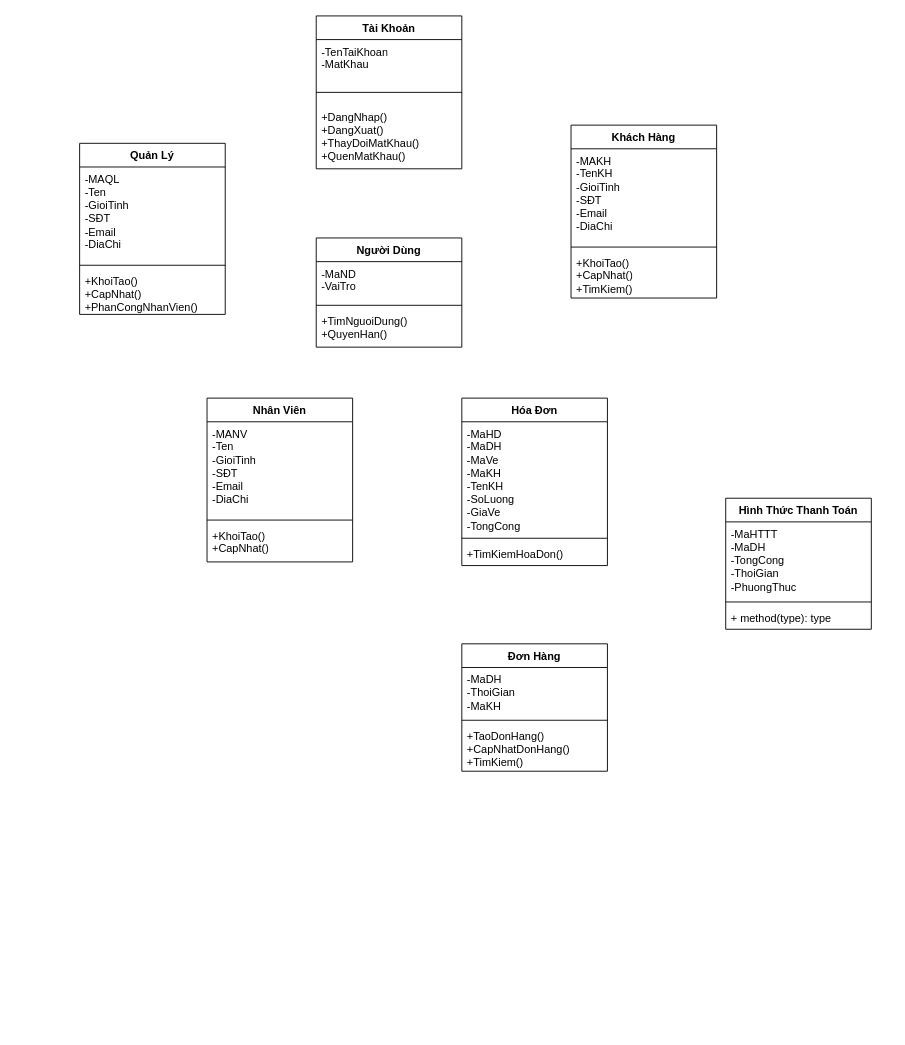
Before: Class Diagram Demo.drawio in MinhToanGitHub/MinhToanGitHub, a draw.io diagram. Source tidied: cells renumbered, new cells numbered last; positions are measured from the earlier drawing's top-left corner, leaving out a move shared by most shapes. Both pictures are drawn from the tidied source at 91%, with x=0, y=0 at pixel (79, 15).
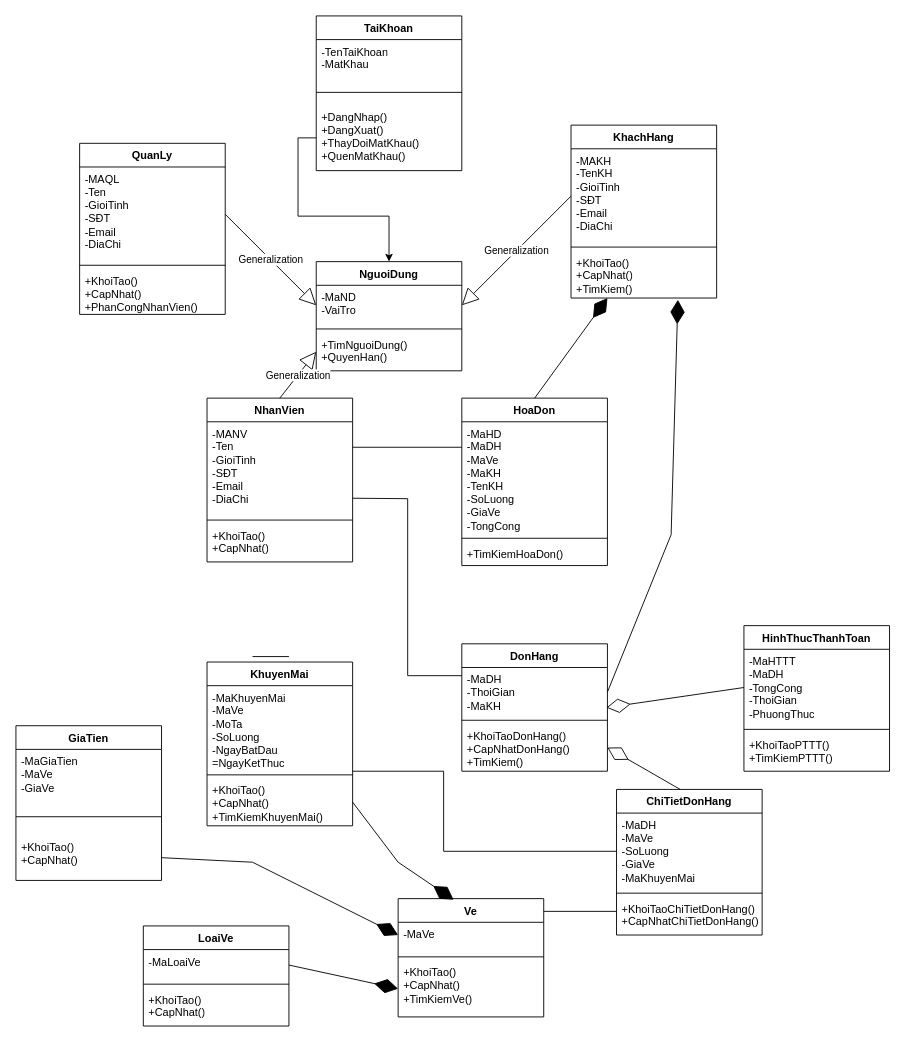
Above is the later version.

The change refers to these unchanged cells:
```xml
<mxCell id="3" value="-MAQL&lt;br&gt;-Ten&lt;br&gt;-GioiTinh&lt;br&gt;-SĐT&lt;br&gt;-Email&lt;br&gt;-DiaChi" style="text;strokeColor=none;fillColor=none;align=left;verticalAlign=top;spacingLeft=4;spacingRight=4;overflow=hidden;points=[[0,0.5],[1,0.5]];portConstraint=eastwest;whiteSpace=wrap;html=1;" parent="2" vertex="1">
  <mxGeometry y="26" width="160" height="104" as="geometry" />
</mxCell>
<mxCell id="11" value="-MaND&lt;br&gt;-VaiTro" style="text;strokeColor=none;fillColor=none;align=left;verticalAlign=top;spacingLeft=4;spacingRight=4;overflow=hidden;points=[[0,0.5],[1,0.5]];portConstraint=eastwest;whiteSpace=wrap;html=1;" parent="10" vertex="1">
  <mxGeometry y="26" width="160" height="44" as="geometry" />
</mxCell>
<mxCell id="13" value="+TimNguoiDung()&lt;br&gt;+QuyenHan()" style="text;strokeColor=none;fillColor=none;align=left;verticalAlign=top;spacingLeft=4;spacingRight=4;overflow=hidden;points=[[0,0.5],[1,0.5]];portConstraint=eastwest;whiteSpace=wrap;html=1;" parent="10" vertex="1">
  <mxGeometry y="78" width="160" height="42" as="geometry" />
</mxCell>
<mxCell id="15" value="-MAKH&lt;br&gt;-TenKH&lt;br&gt;-GioiTinh&lt;br&gt;-SĐT&lt;br&gt;-Email&lt;br&gt;-DiaChi" style="text;strokeColor=none;fillColor=none;align=left;verticalAlign=top;spacingLeft=4;spacingRight=4;overflow=hidden;points=[[0,0.5],[1,0.5]];portConstraint=eastwest;whiteSpace=wrap;html=1;" parent="14" vertex="1">
  <mxGeometry y="26" width="160" height="104" as="geometry" />
</mxCell>
<mxCell id="17" value="+KhoiTao()&lt;br&gt;+CapNhat()&lt;br&gt;+TimKiem()" style="text;strokeColor=none;fillColor=none;align=left;verticalAlign=top;spacingLeft=4;spacingRight=4;overflow=hidden;points=[[0,0.5],[1,0.5]];portConstraint=eastwest;whiteSpace=wrap;html=1;" parent="14" vertex="1">
  <mxGeometry y="138" width="160" height="52" as="geometry" />
</mxCell>
<mxCell id="27" value="-MaDH&lt;br&gt;-ThoiGian&lt;br&gt;-MaKH" style="text;strokeColor=none;fillColor=none;align=left;verticalAlign=top;spacingLeft=4;spacingRight=4;overflow=hidden;points=[[0,0.5],[1,0.5]];portConstraint=eastwest;whiteSpace=wrap;html=1;" parent="26" vertex="1">
  <mxGeometry y="26" width="160" height="54" as="geometry" />
</mxCell>
<mxCell id="31" value="-MaHTTT&lt;br&gt;-MaDH&lt;br&gt;-TongCong&lt;br&gt;-ThoiGian&lt;br&gt;-PhuongThuc" style="text;strokeColor=none;fillColor=none;align=left;verticalAlign=top;spacingLeft=4;spacingRight=4;overflow=hidden;points=[[0,0.5],[1,0.5]];portConstraint=eastwest;whiteSpace=wrap;html=1;" parent="30" vertex="1">
  <mxGeometry y="26" width="160" height="84" as="geometry" />
</mxCell>
```

Change to the diagram source:
```diff
@@
-    <mxCell id="2" value="Quản Lý" style="swimlane;fontStyle=1;align=center;verticalAlign=top;horizontal=1;startSize=26;whiteSpace=wrap;html=1;" parent="1" vertex="1">
+    <mxCell id="2" value="QuanLy" style="swimlane;fontStyle=1;align=center;verticalAlign=top;horizontal=1;startSize=26;whiteSpace=wrap;html=1;" parent="1" vertex="1">
       <mxGeometry y="140" width="160" height="188" as="geometry" />
     </mxCell>
@@
-    <mxCell id="6" value="Tài Khoản" style="swimlane;fontStyle=1;align=center;verticalAlign=top;horizontal=1;startSize=26;whiteSpace=wrap;html=1;" parent="1" vertex="1">
-      <mxGeometry x="260" width="160" height="168" as="geometry" />
+    <mxCell id="6" value="TaiKhoan" style="swimlane;fontStyle=1;align=center;verticalAlign=top;horizontal=1;startSize=26;whiteSpace=wrap;html=1;" parent="1" vertex="1">
+      <mxGeometry x="260" width="160" height="170" as="geometry" />
     </mxCell>
@@
     <mxCell id="9" value="+DangNhap()&lt;br&gt;+DangXuat()&lt;br&gt;+ThayDoiMatKhau()&lt;br&gt;+QuenMatKhau()" style="text;strokeColor=none;fillColor=none;align=left;verticalAlign=top;spacingLeft=4;spacingRight=4;overflow=hidden;points=[[0,0.5],[1,0.5]];portConstraint=eastwest;whiteSpace=wrap;html=1;" parent="6" vertex="1">
-      <mxGeometry y="98" width="160" height="70" as="geometry" />
+      <mxGeometry y="98" width="160" height="72" as="geometry" />
     </mxCell>
-    <mxCell id="10" value="Người Dùng" style="swimlane;fontStyle=1;align=center;verticalAlign=top;horizontal=1;startSize=26;whiteSpace=wrap;html=1;" parent="1" vertex="1">
-      <mxGeometry x="260" y="244" width="160" height="120" as="geometry" />
+    <mxCell id="10" value="NguoiDung" style="swimlane;fontStyle=1;align=center;verticalAlign=top;horizontal=1;startSize=26;whiteSpace=wrap;html=1;" parent="1" vertex="1">
+      <mxGeometry x="260" y="270" width="160" height="120" as="geometry" />
     </mxCell>
@@
-    <mxCell id="14" value="Khách Hàng" style="swimlane;fontStyle=1;align=center;verticalAlign=top;horizontal=1;startSize=26;whiteSpace=wrap;html=1;" parent="1" vertex="1">
+    <mxCell id="14" value="KhachHang" style="swimlane;fontStyle=1;align=center;verticalAlign=top;horizontal=1;startSize=26;whiteSpace=wrap;html=1;" parent="1" vertex="1">
       <mxGeometry x="540" y="120" width="160" height="190" as="geometry" />
     </mxCell>
@@
-    <mxCell id="18" value="Nhân Viên" style="swimlane;fontStyle=1;align=center;verticalAlign=top;horizontal=1;startSize=26;whiteSpace=wrap;html=1;" parent="1" vertex="1">
+    <mxCell id="18" value="NhanVien" style="swimlane;fontStyle=1;align=center;verticalAlign=top;horizontal=1;startSize=26;whiteSpace=wrap;html=1;" parent="1" vertex="1">
       <mxGeometry x="140" y="420" width="160" height="180" as="geometry" />
     </mxCell>
@@
-    <mxCell id="22" value="Hóa Đơn" style="swimlane;fontStyle=1;align=center;verticalAlign=top;horizontal=1;startSize=26;whiteSpace=wrap;html=1;" parent="1" vertex="1">
+    <mxCell id="22" value="HoaDon" style="swimlane;fontStyle=1;align=center;verticalAlign=top;horizontal=1;startSize=26;whiteSpace=wrap;html=1;" parent="1" vertex="1">
       <mxGeometry x="420" y="420" width="160" height="184" as="geometry" />
     </mxCell>
@@
-    <mxCell id="26" value="Đơn Hàng" style="swimlane;fontStyle=1;align=center;verticalAlign=top;horizontal=1;startSize=26;whiteSpace=wrap;html=1;" parent="1" vertex="1">
+    <mxCell id="26" value="DonHang" style="swimlane;fontStyle=1;align=center;verticalAlign=top;horizontal=1;startSize=26;whiteSpace=wrap;html=1;" parent="1" vertex="1">
       <mxGeometry x="420" y="690" width="160" height="140" as="geometry" />
     </mxCell>
@@
-    <mxCell id="29" value="+TaoDonHang()&lt;br&gt;+CapNhatDonHang()&lt;br&gt;+TimKiem()" style="text;strokeColor=none;fillColor=none;align=left;verticalAlign=top;spacingLeft=4;spacingRight=4;overflow=hidden;points=[[0,0.5],[1,0.5]];portConstraint=eastwest;whiteSpace=wrap;html=1;" parent="26" vertex="1">
+    <mxCell id="29" value="+KhoiTaoDonHang()&lt;br&gt;+CapNhatDonHang()&lt;br&gt;+TimKiem()" style="text;strokeColor=none;fillColor=none;align=left;verticalAlign=top;spacingLeft=4;spacingRight=4;overflow=hidden;points=[[0,0.5],[1,0.5]];portConstraint=eastwest;whiteSpace=wrap;html=1;" parent="26" vertex="1">
       <mxGeometry y="88" width="160" height="52" as="geometry" />
     </mxCell>
-    <mxCell id="30" value="Hình Thức Thanh Toán" style="swimlane;fontStyle=1;align=center;verticalAlign=top;horizontal=1;startSize=26;whiteSpace=wrap;html=1;" parent="1" vertex="1">
-      <mxGeometry x="710" y="530" width="160" height="144" as="geometry" />
+    <mxCell id="30" value="HinhThucThanhToan" style="swimlane;fontStyle=1;align=center;verticalAlign=top;horizontal=1;startSize=26;whiteSpace=wrap;html=1;" parent="1" vertex="1">
+      <mxGeometry x="730" y="670" width="160" height="160" as="geometry" />
     </mxCell>
@@
-    <mxCell id="33" value="+ method(type): type" style="text;strokeColor=none;fillColor=none;align=left;verticalAlign=top;spacingLeft=4;spacingRight=4;overflow=hidden;whiteSpace=wrap;html=1;" parent="30" vertex="1">
-      <mxGeometry y="118" width="160" height="26" as="geometry" />
+    <mxCell id="33" value="+KhoiTaoPTTT()&lt;br&gt;+TimKiemPTTT()" style="text;strokeColor=none;fillColor=none;align=left;verticalAlign=top;spacingLeft=4;spacingRight=4;overflow=hidden;whiteSpace=wrap;html=1;" parent="30" vertex="1">
+      <mxGeometry y="118" width="160" height="42" as="geometry" />
     </mxCell>
+    <mxCell id="34" value="ChiTietDonHang" style="swimlane;fontStyle=1;align=center;verticalAlign=top;horizontal=1;startSize=26;whiteSpace=wrap;html=1;" parent="1" vertex="1">
+      <mxGeometry x="590" y="850" width="160" height="160" as="geometry" />
+    </mxCell>
+    <mxCell id="35" value="-MaDH&lt;br&gt;-MaVe&lt;br&gt;-SoLuong&lt;br&gt;-GiaVe&lt;br&gt;-MaKhuyenMai" style="text;strokeColor=none;fillColor=none;align=left;verticalAlign=top;spacingLeft=4;spacingRight=4;overflow=hidden;points=[[0,0.5],[1,0.5]];portConstraint=eastwest;whiteSpace=wrap;html=1;" parent="34" vertex="1">
+      <mxGeometry y="26" width="160" height="84" as="geometry" />
+    </mxCell>
+    <mxCell id="36" style="line;strokeWidth=1;fillColor=none;align=left;verticalAlign=middle;spacingTop=-1;spacingLeft=3;spacingRight=3;labelPosition=right;strokeColor=inherit;" parent="34" vertex="1">
+      <mxGeometry y="110" width="160" height="8" as="geometry" />
+    </mxCell>
+    <mxCell id="37" value="+KhoiTaoChiTietDonHang()&lt;br&gt;+CapNhatChiTietDonHang()" style="text;strokeColor=none;fillColor=none;align=left;verticalAlign=top;spacingLeft=4;spacingRight=4;overflow=hidden;whiteSpace=wrap;html=1;" parent="34" vertex="1">
+      <mxGeometry y="118" width="160" height="42" as="geometry" />
+    </mxCell>
+    <mxCell id="38" value="KhuyenMai" style="swimlane;fontStyle=1;align=center;verticalAlign=top;horizontal=1;startSize=26;whiteSpace=wrap;html=1;" parent="1" vertex="1">
+      <mxGeometry x="140" y="710" width="160" height="180" as="geometry" />
+    </mxCell>
+    <mxCell id="39" value="-MaKhuyenMai&lt;br&gt;-MaVe&lt;br&gt;-MoTa&lt;br&gt;-SoLuong&lt;br&gt;-NgayBatDau&lt;br&gt;=NgayKetThuc" style="text;strokeColor=none;fillColor=none;align=left;verticalAlign=top;spacingLeft=4;spacingRight=4;overflow=hidden;points=[[0,0.5],[1,0.5]];portConstraint=eastwest;whiteSpace=wrap;html=1;" parent="38" vertex="1">
+      <mxGeometry y="26" width="160" height="94" as="geometry" />
+    </mxCell>
+    <mxCell id="40" style="line;strokeWidth=1;fillColor=none;align=left;verticalAlign=middle;spacingTop=-1;spacingLeft=3;spacingRight=3;labelPosition=right;strokeColor=inherit;" parent="38" vertex="1">
+      <mxGeometry y="120" width="160" height="8" as="geometry" />
+    </mxCell>
+    <mxCell id="41" value="+KhoiTao()&lt;br&gt;+CapNhat()&lt;br&gt;+TimKiemKhuyenMai()" style="text;strokeColor=none;fillColor=none;align=left;verticalAlign=top;spacingLeft=4;spacingRight=4;overflow=hidden;points=[[0,0.5],[1,0.5]];portConstraint=eastwest;whiteSpace=wrap;html=1;" parent="38" vertex="1">
+      <mxGeometry y="128" width="160" height="52" as="geometry" />
+    </mxCell>
+    <mxCell id="42" value="Ve" style="swimlane;fontStyle=1;align=center;verticalAlign=top;horizontal=1;startSize=26;whiteSpace=wrap;html=1;" parent="1" vertex="1">
+      <mxGeometry x="350" y="970" width="160" height="130" as="geometry" />
+    </mxCell>
+    <mxCell id="43" value="-MaVe" style="text;strokeColor=none;fillColor=none;align=left;verticalAlign=top;spacingLeft=4;spacingRight=4;overflow=hidden;whiteSpace=wrap;html=1;" parent="42" vertex="1">
+      <mxGeometry y="26" width="160" height="34" as="geometry" />
+    </mxCell>
+    <mxCell id="44" style="line;strokeWidth=1;fillColor=none;align=left;verticalAlign=middle;spacingTop=-1;spacingLeft=3;spacingRight=3;labelPosition=right;strokeColor=inherit;" parent="42" vertex="1">
+      <mxGeometry y="60" width="160" height="8" as="geometry" />
+    </mxCell>
+    <mxCell id="45" value="+KhoiTao()&lt;br&gt;+CapNhat()&lt;br&gt;+TimKiemVe()" style="text;strokeColor=none;fillColor=none;align=left;verticalAlign=top;spacingLeft=4;spacingRight=4;overflow=hidden;points=[[0,0.5],[1,0.5]];portConstraint=eastwest;whiteSpace=wrap;html=1;" parent="42" vertex="1">
+      <mxGeometry y="68" width="160" height="62" as="geometry" />
+    </mxCell>
+    <mxCell id="46" value="LoaiVe" style="swimlane;fontStyle=1;align=center;verticalAlign=top;horizontal=1;startSize=26;whiteSpace=wrap;html=1;" parent="1" vertex="1">
+      <mxGeometry x="70" y="1000" width="160" height="110" as="geometry" />
+    </mxCell>
+    <mxCell id="47" value="-MaLoaiVe" style="text;strokeColor=none;fillColor=none;align=left;verticalAlign=top;spacingLeft=4;spacingRight=4;overflow=hidden;points=[[0,0.5],[1,0.5]];portConstraint=eastwest;whiteSpace=wrap;html=1;" parent="46" vertex="1">
+      <mxGeometry y="26" width="160" height="34" as="geometry" />
+    </mxCell>
+    <mxCell id="48" style="line;strokeWidth=1;fillColor=none;align=left;verticalAlign=middle;spacingTop=-1;spacingLeft=3;spacingRight=3;labelPosition=right;strokeColor=inherit;" parent="46" vertex="1">
+      <mxGeometry y="60" width="160" height="8" as="geometry" />
+    </mxCell>
+    <mxCell id="49" value="+KhoiTao()&lt;br&gt;+CapNhat()" style="text;strokeColor=none;fillColor=none;align=left;verticalAlign=top;spacingLeft=4;spacingRight=4;overflow=hidden;whiteSpace=wrap;html=1;" parent="46" vertex="1">
+      <mxGeometry y="68" width="160" height="42" as="geometry" />
+    </mxCell>
+    <mxCell id="50" value="GiaTien" style="swimlane;fontStyle=1;align=center;verticalAlign=top;horizontal=1;startSize=26;whiteSpace=wrap;html=1;" parent="1" vertex="1">
+      <mxGeometry x="-70" y="780" width="160" height="170" as="geometry" />
+    </mxCell>
+    <mxCell id="51" value="-MaGiaTien&lt;br&gt;-MaVe&lt;br&gt;-GiaVe" style="text;strokeColor=none;fillColor=none;align=left;verticalAlign=top;spacingLeft=4;spacingRight=4;overflow=hidden;whiteSpace=wrap;html=1;" parent="50" vertex="1">
+      <mxGeometry y="26" width="160" height="54" as="geometry" />
+    </mxCell>
+    <mxCell id="52" style="line;strokeWidth=1;fillColor=none;align=left;verticalAlign=middle;spacingTop=-1;spacingLeft=3;spacingRight=3;labelPosition=right;strokeColor=inherit;" parent="50" vertex="1">
+      <mxGeometry y="80" width="160" height="40" as="geometry" />
+    </mxCell>
+    <mxCell id="53" value="+KhoiTao()&lt;br&gt;+CapNhat()" style="text;strokeColor=none;fillColor=none;align=left;verticalAlign=top;spacingLeft=4;spacingRight=4;overflow=hidden;points=[[0,0.5],[1,0.5]];portConstraint=eastwest;whiteSpace=wrap;html=1;" parent="50" vertex="1">
+      <mxGeometry y="120" width="160" height="50" as="geometry" />
+    </mxCell>
+    <mxCell id="54" style="line;strokeWidth=1;fillColor=none;align=left;verticalAlign=middle;spacingTop=-1;spacingLeft=3;spacingRight=3;labelPosition=right;strokeColor=inherit;" parent="1" vertex="1">
+      <mxGeometry x="190" y="700" width="40" height="8" as="geometry" />
+    </mxCell>
+    <mxCell id="55" value="Generalization" style="endArrow=block;endSize=16;endFill=0;html=1;rounded=0;exitX=1;exitY=0.5;exitDx=0;exitDy=0;entryX=0;entryY=0.5;entryDx=0;entryDy=0;" parent="1" edge="1" source="3" target="11">
+      <mxGeometry relative="1" as="geometry" />
+    </mxCell>
+    <mxCell id="56" value="Generalization" style="endArrow=block;endSize=16;endFill=0;html=1;rounded=0;exitX=0;exitY=0.5;exitDx=0;exitDy=0;entryX=1;entryY=0.5;entryDx=0;entryDy=0;" parent="1" edge="1" source="15" target="11">
+      <mxGeometry relative="1" as="geometry" />
+    </mxCell>
+    <mxCell id="57" value="Generalization" style="endArrow=block;endSize=16;endFill=0;html=1;rounded=0;exitX=0.5;exitY=0;exitDx=0;exitDy=0;entryX=0;entryY=0.5;entryDx=0;entryDy=0;" parent="1" edge="1" source="18" target="13">
+      <mxGeometry relative="1" as="geometry" />
+    </mxCell>
+    <mxCell id="58" style="endArrow=diamondThin;endFill=1;endSize=24;html=1;rounded=0;exitX=0.5;exitY=0;exitDx=0;exitDy=0;entryX=0.194;entryY=1.131;entryDx=0;entryDy=0;entryPerimeter=0;strokeWidth=1;targetPerimeterSpacing=0;jumpSize=6;" parent="1" edge="1" source="22">
+      <mxGeometry relative="1" as="geometry">
+        <mxPoint x="580" y="310" as="targetPoint" />
+      </mxGeometry>
+    </mxCell>
+    <mxCell id="59" style="endArrow=diamondThin;endFill=1;endSize=24;html=1;rounded=0;exitX=1;exitY=0.5;exitDx=0;exitDy=0;entryX=0.734;entryY=1.038;entryDx=0;entryDy=0;entryPerimeter=0;strokeWidth=1;targetPerimeterSpacing=0;jumpSize=6;" parent="1" edge="1" source="27" target="17">
+      <mxGeometry relative="1" as="geometry">
+        <Array as="points">
+          <mxPoint x="650" y="570" />
+        </Array>
+      </mxGeometry>
+    </mxCell>
+    <mxCell id="60" style="endArrow=diamondThin;endFill=0;endSize=24;html=1;rounded=0;exitX=0;exitY=0.5;exitDx=0;exitDy=0;entryX=0.993;entryY=0.816;entryDx=0;entryDy=0;entryPerimeter=0;" parent="1" edge="1" source="31" target="27">
+      <mxGeometry relative="1" as="geometry" />
+    </mxCell>
+    <mxCell id="61" style="endArrow=diamondThin;endFill=0;endSize=24;html=1;rounded=0;entryX=1;entryY=0.5;entryDx=0;entryDy=0;" parent="1" edge="1" target="29">
+      <mxGeometry relative="1" as="geometry">
+        <mxPoint x="660" y="850" as="sourcePoint" />
+      </mxGeometry>
+    </mxCell>
+    <mxCell id="62" style="line;strokeWidth=1;fillColor=none;align=left;verticalAlign=middle;spacingTop=-1;spacingLeft=3;spacingRight=3;labelPosition=right;strokeColor=inherit;" parent="1" vertex="1">
+      <mxGeometry x="510" y="980" width="80" height="8" as="geometry" />
+    </mxCell>
+    <mxCell id="63" style="endArrow=diamondThin;endFill=1;endSize=24;html=1;rounded=0;exitX=1;exitY=0.5;exitDx=0;exitDy=0;entryX=0;entryY=0.5;entryDx=0;entryDy=0;" parent="1" edge="1" source="47" target="45">
+      <mxGeometry relative="1" as="geometry" />
+    </mxCell>
+    <mxCell id="64" style="endArrow=diamondThin;endFill=1;endSize=24;html=1;rounded=0;exitX=1;exitY=0.5;exitDx=0;exitDy=0;entryX=0.381;entryY=0.009;entryDx=0;entryDy=0;entryPerimeter=0;" parent="1" edge="1" source="41" target="42">
+      <mxGeometry relative="1" as="geometry">
+        <Array as="points">
+          <mxPoint x="350" y="930" />
+        </Array>
+      </mxGeometry>
+    </mxCell>
+    <mxCell id="65" style="endArrow=diamondThin;endFill=1;endSize=24;html=1;rounded=0;exitX=1;exitY=0.5;exitDx=0;exitDy=0;entryX=0.01;entryY=0.049;entryDx=0;entryDy=0;entryPerimeter=0;" parent="1" edge="1" source="53">
+      <mxGeometry relative="1" as="geometry">
+        <mxPoint x="350" y="1010" as="targetPoint" />
+        <Array as="points">
+          <mxPoint x="190" y="930" />
+        </Array>
+      </mxGeometry>
+    </mxCell>
+    <mxCell id="66" style="endArrow=none;html=1;edgeStyle=orthogonalEdgeStyle;rounded=0;entryX=0;entryY=0.25;entryDx=0;entryDy=0;" parent="1" edge="1" target="26">
+      <mxGeometry relative="1" as="geometry">
+        <mxPoint x="300" y="530" as="sourcePoint" />
+      </mxGeometry>
+    </mxCell>
+    <mxCell id="67" style="endArrow=none;html=1;edgeStyle=orthogonalEdgeStyle;rounded=0;exitX=1;exitY=1;exitDx=0;exitDy=0;exitPerimeter=0;entryX=0;entryY=0.5;entryDx=0;entryDy=0;" parent="1" edge="1" source="39" target="35">
+      <mxGeometry relative="1" as="geometry">
+        <Array as="points">
+          <mxPoint x="400" y="830" />
+          <mxPoint x="400" y="918" />
+        </Array>
+      </mxGeometry>
+    </mxCell>
+    <mxCell id="68" style="edgeStyle=orthogonalEdgeStyle;rounded=0;jettySize=auto;html=1;exitX=0;exitY=0.5;exitDx=0;exitDy=0;entryX=0.5;entryY=0;entryDx=0;entryDy=0;" parent="1" edge="1" source="9" target="10">
+      <mxGeometry relative="1" as="geometry" />
+    </mxCell>
+    <mxCell id="69" style="line;strokeWidth=1;fillColor=none;align=left;verticalAlign=middle;spacingTop=-1;spacingLeft=3;spacingRight=3;labelPosition=right;strokeColor=inherit;" parent="1" vertex="1">
+      <mxGeometry x="300" y="470" width="120" height="8" as="geometry" />
+    </mxCell>
```
